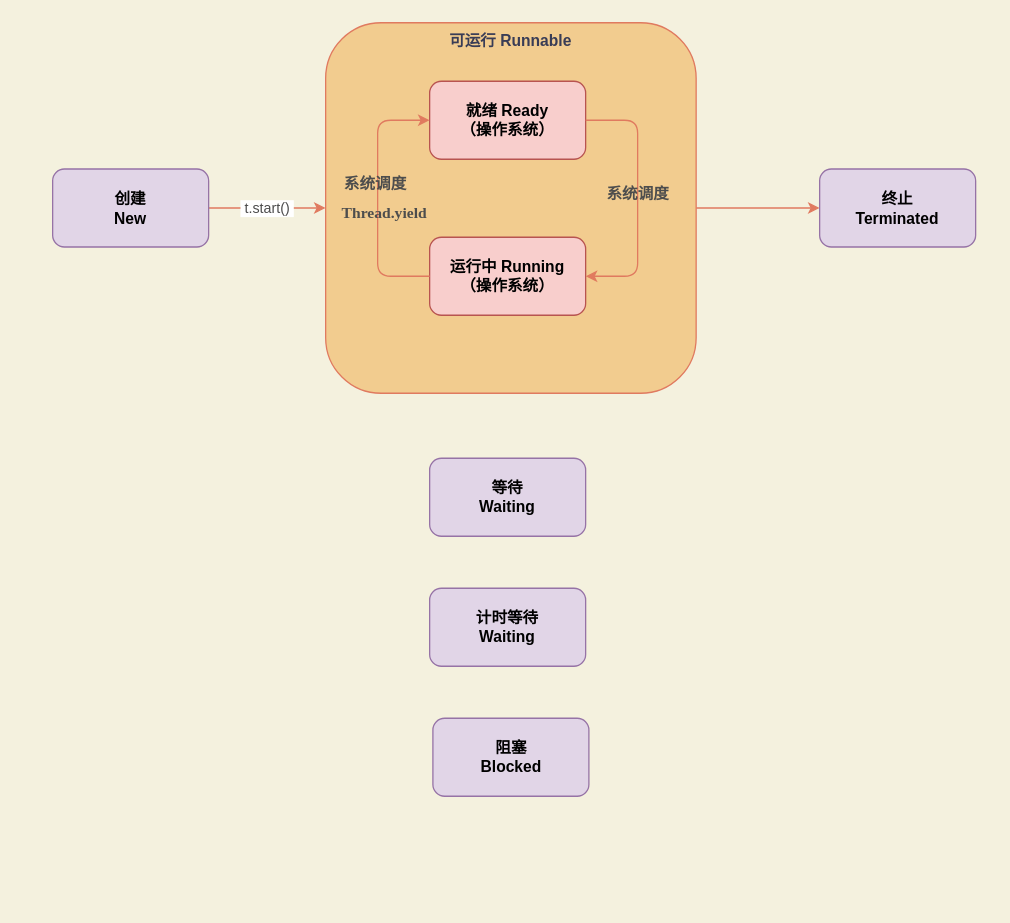
The draw.io diagram page "Java线程状态" (2 of 2) of Untitled Diagram.drawio in fxiaoyu97/Algorithm-Utils, before the edit. Source tidied: cells renumbered, new cells numbered last; positions are measured from the earlier drawing's top-left corner, leaving out a move shared by most shapes. Both pictures are drawn from the tidied source at 130%, with x=0, y=0 at pixel (52, 22).
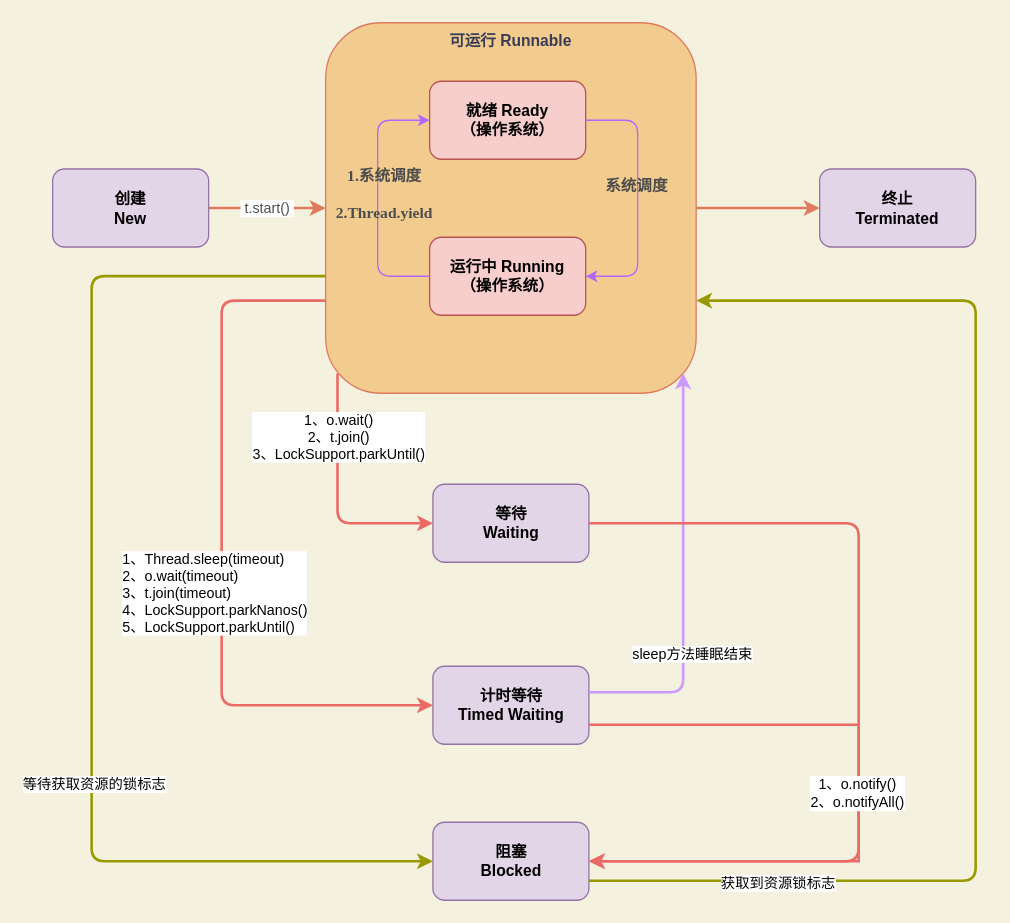
The same diagram, later.

Commit message:
更新 Java线程状态

Unchanged cells that the change refers to:
```xml
<mxCell id="3" value="&lt;b&gt;创建&lt;br&gt;New&lt;br&gt;&lt;/b&gt;" style="rounded=1;whiteSpace=wrap;html=1;strokeColor=#9673a6;fillColor=#e1d5e7;" parent="1" vertex="1">
  <mxGeometry y="112.5" width="120" height="60" as="geometry" />
</mxCell>
<mxCell id="5" value="&lt;b&gt;可运行 Runnable&lt;/b&gt;" style="whiteSpace=wrap;html=1;rounded=1;fontColor=#393C56;strokeColor=#E07A5F;fillColor=#F2CC8F;verticalAlign=top;" parent="1" vertex="1">
  <mxGeometry x="210" width="285" height="285" as="geometry" />
</mxCell>
<mxCell id="6" value="&lt;b&gt;&lt;font&gt;就绪 Ready&lt;br&gt;（操作系统）&lt;/font&gt;&lt;br&gt;&lt;/b&gt;" style="rounded=1;whiteSpace=wrap;html=1;strokeColor=#b85450;fillColor=#f8cecc;" parent="1" vertex="1">
  <mxGeometry x="290" y="45" width="120" height="60" as="geometry" />
</mxCell>
<mxCell id="7" value="&lt;b&gt;运行中 Running&lt;br&gt;（操作系统）&lt;br&gt;&lt;/b&gt;" style="rounded=1;whiteSpace=wrap;html=1;strokeColor=#b85450;fillColor=#f8cecc;" parent="1" vertex="1">
  <mxGeometry x="290" y="165" width="120" height="60" as="geometry" />
</mxCell>
<mxCell id="10" value="&lt;b&gt;终止&lt;br&gt;Terminated&lt;br&gt;&lt;/b&gt;" style="rounded=1;whiteSpace=wrap;html=1;strokeColor=#9673a6;fillColor=#e1d5e7;" parent="1" vertex="1">
  <mxGeometry x="590" y="112.5" width="120" height="60" as="geometry" />
</mxCell>
```

Diff of the diagram source:
```diff
@@
-    <mxCell id="2" value="&amp;nbsp;t.start()&amp;nbsp;" style="edgeStyle=orthogonalEdgeStyle;curved=0;rounded=1;jettySize=auto;html=1;fontColor=#4D4D4D;strokeColor=#E07A5F;fillColor=#F2CC8F;" parent="1" edge="1" source="3" target="5">
+    <mxCell id="2" value="&amp;nbsp;t.start()&amp;nbsp;" style="edgeStyle=orthogonalEdgeStyle;curved=0;rounded=1;jettySize=auto;html=1;fontColor=#4D4D4D;strokeColor=#E07A5F;fillColor=#F2CC8F;strokeWidth=2;" parent="1" edge="1" source="3" target="5">
       <mxGeometry relative="1" as="geometry" />
     </mxCell>
@@
-    <mxCell id="4" style="edgeStyle=orthogonalEdgeStyle;curved=0;rounded=1;jettySize=auto;html=1;fontColor=#4D4D4D;strokeColor=#E07A5F;fillColor=#F2CC8F;" parent="1" edge="1" source="5" target="10">
+    <mxCell id="4" style="edgeStyle=orthogonalEdgeStyle;curved=0;rounded=1;jettySize=auto;html=1;fontColor=#4D4D4D;strokeColor=#E07A5F;fillColor=#F2CC8F;strokeWidth=2;" parent="1" edge="1" source="5" target="10">
       <mxGeometry relative="1" as="geometry" />
     </mxCell>
@@
     <mxCell id="8" value="&lt;b&gt;等待&lt;br&gt;Waiting&lt;br&gt;&lt;/b&gt;" style="rounded=1;whiteSpace=wrap;html=1;strokeColor=#9673a6;fillColor=#e1d5e7;" parent="1" vertex="1">
-      <mxGeometry x="290" y="335" width="120" height="60" as="geometry" />
+      <mxGeometry x="292.5" y="355" width="120" height="60" as="geometry" />
     </mxCell>
-    <mxCell id="9" value="&lt;b&gt;计时等待&lt;br&gt;Waiting&lt;br&gt;&lt;/b&gt;" style="rounded=1;whiteSpace=wrap;html=1;strokeColor=#9673a6;fillColor=#e1d5e7;" parent="1" vertex="1">
-      <mxGeometry x="290" y="435" width="120" height="60" as="geometry" />
+    <mxCell id="9" value="&lt;b&gt;计时等待&lt;br&gt;Timed Waiting&lt;br&gt;&lt;/b&gt;" style="rounded=1;whiteSpace=wrap;html=1;strokeColor=#9673a6;fillColor=#e1d5e7;" parent="1" vertex="1">
+      <mxGeometry x="292.5" y="495" width="120" height="60" as="geometry" />
     </mxCell>
@@
     <mxCell id="11" value="&lt;b&gt;阻塞&lt;br&gt;Blocked&lt;br&gt;&lt;/b&gt;" style="rounded=1;whiteSpace=wrap;html=1;strokeColor=#9673a6;fillColor=#e1d5e7;" parent="1" vertex="1">
-      <mxGeometry x="292.5" y="535" width="120" height="60" as="geometry" />
+      <mxGeometry x="292.5" y="615" width="120" height="60" as="geometry" />
     </mxCell>
-    <mxCell id="12" style="edgeStyle=elbowEdgeStyle;elbow=vertical;endArrow=classic;html=1;rounded=1;fontColor=#4D4D4D;strokeColor=#E07A5F;fillColor=#F2CC8F;curved=0;exitX=0;exitY=0.5;exitDx=0;exitDy=0;" parent="1" edge="1" source="7" target="6">
+    <mxCell id="12" style="edgeStyle=elbowEdgeStyle;elbow=vertical;endArrow=classic;html=1;rounded=1;fontColor=#4D4D4D;strokeColor=#B266FF;fillColor=#F2CC8F;curved=0;exitX=0;exitY=0.5;exitDx=0;exitDy=0;" parent="1" edge="1" source="7" target="6">
       <mxGeometry relative="1" as="geometry">
         <Array as="points">
           <mxPoint x="250" y="215" />
         </Array>
       </mxGeometry>
     </mxCell>
-    <mxCell id="13" style="edgeStyle=elbowEdgeStyle;elbow=horizontal;endArrow=classic;html=1;rounded=1;fontColor=#4D4D4D;strokeColor=#E07A5F;fillColor=#F2CC8F;curved=0;exitX=1;exitY=0.5;exitDx=0;exitDy=0;entryX=1;entryY=0.5;entryDx=0;entryDy=0;" parent="1" edge="1" source="6" target="7">
+    <mxCell id="13" style="edgeStyle=elbowEdgeStyle;elbow=horizontal;endArrow=classic;html=1;rounded=1;fontColor=#4D4D4D;strokeColor=#B266FF;fillColor=#F2CC8F;curved=0;exitX=1;exitY=0.5;exitDx=0;exitDy=0;entryX=1;entryY=0.5;entryDx=0;entryDy=0;strokeWidth=1;" parent="1" edge="1" source="6" target="7">
       <mxGeometry relative="1" as="geometry">
         <Array as="points">
           <mxPoint x="450" y="135" />
         </Array>
       </mxGeometry>
     </mxCell>
-    <mxCell id="14" value="&lt;font face=&quot;Garamond&quot; style=&quot;font-size: 12px;&quot;&gt;系统调度&lt;/font&gt;" style="text;strokeColor=none;fillColor=none;html=1;fontSize=24;fontStyle=1;verticalAlign=middle;align=center;rounded=1;fontColor=#4D4D4D;" parent="1" vertex="1">
-      <mxGeometry x="405" y="112.5" width="90" height="30" as="geometry" />
+    <mxCell id="14" value="&lt;span style=&quot;color: rgb(77, 77, 77); font-family: Garamond; font-size: 12px; font-weight: 700;&quot;&gt;系统调度&lt;/span&gt;" style="edgeLabel;html=1;align=center;verticalAlign=middle;labelBackgroundColor=none;" parent="13" vertex="1">
+      <mxGeometry x="-0.1" y="-2" relative="1" as="geometry" />
     </mxCell>
-    <mxCell id="15" value="&lt;font face=&quot;Garamond&quot; style=&quot;font-size: 12px;&quot;&gt;系统调度&lt;/font&gt;" style="text;strokeColor=none;fillColor=none;html=1;fontSize=24;fontStyle=1;verticalAlign=middle;align=center;rounded=1;fontColor=#4D4D4D;" parent="1" vertex="1">
-      <mxGeometry x="202.5" y="105" width="90" height="30" as="geometry" />
+    <mxCell id="15" value="&lt;font face=&quot;Garamond&quot; style=&quot;font-size: 12px;&quot;&gt;1.系统调度&lt;br&gt;2.&lt;/font&gt;&lt;span style=&quot;font-family: Garamond; font-size: 12px;&quot;&gt;Thread.yield&lt;/span&gt;&lt;font face=&quot;Garamond&quot; style=&quot;font-size: 12px;&quot;&gt;&lt;br&gt;&lt;/font&gt;" style="text;strokeColor=none;fillColor=none;html=1;fontSize=24;fontStyle=1;verticalAlign=middle;align=center;rounded=1;fontColor=#4D4D4D;" parent="1" vertex="1">
+      <mxGeometry x="210" y="112.5" width="90" height="30" as="geometry" />
     </mxCell>
-    <mxCell id="16" value="&lt;font face=&quot;Garamond&quot;&gt;&lt;span style=&quot;font-size: 12px;&quot;&gt;Thread.yield&lt;/span&gt;&lt;/font&gt;" style="text;strokeColor=none;fillColor=none;html=1;fontSize=24;fontStyle=1;verticalAlign=middle;align=center;rounded=1;fontColor=#4D4D4D;" parent="1" vertex="1">
-      <mxGeometry x="210" y="127.5" width="90" height="30" as="geometry" />
-    </mxCell>
+    <mxCell id="17" style="edgeStyle=elbowEdgeStyle;elbow=vertical;endArrow=classic;html=1;rounded=1;exitX=0.032;exitY=0.947;exitDx=0;exitDy=0;exitPerimeter=0;entryX=0;entryY=0.5;entryDx=0;entryDy=0;strokeColor=#EA6B66;strokeWidth=2;" parent="1" edge="1" source="5" target="8">
+      <mxGeometry relative="1" as="geometry">
+        <Array as="points">
+          <mxPoint x="250" y="385" />
+          <mxPoint x="370" y="375" />
+        </Array>
+      </mxGeometry>
+    </mxCell>
+    <mxCell id="18" value="1、o.wait()&lt;br&gt;2、t.join()&lt;br&gt;3、LockSupport.parkUntil()" style="edgeLabel;html=1;align=center;verticalAlign=middle;" parent="17" vertex="1">
+      <mxGeometry x="-0.48" relative="1" as="geometry" />
+    </mxCell>
+    <mxCell id="19" style="edgeStyle=elbowEdgeStyle;elbow=horizontal;endArrow=classic;html=1;rounded=1;exitX=0;exitY=0.75;exitDx=0;exitDy=0;entryX=0;entryY=0.5;entryDx=0;entryDy=0;strokeWidth=2;strokeColor=#EA6B66;" parent="1" edge="1" source="5" target="9">
+      <mxGeometry relative="1" as="geometry">
+        <Array as="points">
+          <mxPoint x="130" y="375" />
+        </Array>
+      </mxGeometry>
+    </mxCell>
+    <mxCell id="20" value="1、Thread.sleep(timeout)&lt;div style=&quot;&quot;&gt;2、o.wait(timeout)&lt;/div&gt;&lt;div style=&quot;&quot;&gt;3、t.join(timeout)&lt;/div&gt;&lt;div style=&quot;&quot;&gt;4、LockSupport.parkNanos()&lt;/div&gt;&lt;div style=&quot;&quot;&gt;5、LockSupport.parkUntil()&lt;/div&gt;" style="edgeLabel;html=1;align=left;verticalAlign=middle;labelBackgroundColor=#FFFFFF;spacingTop=2;spacingBottom=2;spacing=4;" parent="19" vertex="1">
+      <mxGeometry x="-0.06" y="-1" relative="1" as="geometry">
+        <mxPoint x="-79" y="45" as="offset" />
+      </mxGeometry>
+    </mxCell>
+    <mxCell id="21" style="edgeStyle=segmentEdgeStyle;endArrow=classic;html=1;rounded=1;exitX=0;exitY=0.684;exitDx=0;exitDy=0;exitPerimeter=0;entryX=0;entryY=0.5;entryDx=0;entryDy=0;strokeWidth=2;strokeColor=#999900;" parent="1" edge="1" source="5" target="11">
+      <mxGeometry relative="1" as="geometry">
+        <Array as="points">
+          <mxPoint x="30" y="195" />
+          <mxPoint x="30" y="645" />
+        </Array>
+      </mxGeometry>
+    </mxCell>
+    <mxCell id="22" value="等待获取资源的锁标志" style="edgeLabel;html=1;align=center;verticalAlign=middle;" parent="21" vertex="1">
+      <mxGeometry x="0.28" y="1" relative="1" as="geometry" />
+    </mxCell>
+    <mxCell id="23" style="edgeStyle=elbowEdgeStyle;elbow=vertical;endArrow=classic;html=1;entryX=0.965;entryY=0.946;entryDx=0;entryDy=0;entryPerimeter=0;strokeColor=#CC99FF;strokeWidth=2;rounded=1;" parent="1" edge="1" target="5">
+      <mxGeometry relative="1" as="geometry">
+        <mxPoint x="413" y="515" as="sourcePoint" />
+        <Array as="points">
+          <mxPoint x="450" y="515" />
+          <mxPoint x="450" y="525" />
+        </Array>
+      </mxGeometry>
+    </mxCell>
+    <mxCell id="24" value="sleep方法睡眠结束" style="edgeLabel;html=1;align=center;verticalAlign=middle;" parent="23" vertex="1">
+      <mxGeometry x="-0.77" y="-2" relative="1" as="geometry">
+        <mxPoint x="41" y="-32" as="offset" />
+      </mxGeometry>
+    </mxCell>
+    <mxCell id="25" style="edgeStyle=elbowEdgeStyle;elbow=vertical;endArrow=classic;html=1;rounded=1;exitX=1;exitY=0.75;exitDx=0;exitDy=0;entryX=1;entryY=0.75;entryDx=0;entryDy=0;strokeColor=#999900;strokeWidth=2;" parent="1" edge="1" source="11" target="5">
+      <mxGeometry relative="1" as="geometry">
+        <Array as="points">
+          <mxPoint x="710" y="495" />
+        </Array>
+      </mxGeometry>
+    </mxCell>
+    <mxCell id="26" value="获取到资源锁标志" style="edgeLabel;html=1;align=center;verticalAlign=middle;" parent="25" vertex="1">
+      <mxGeometry x="-0.7" y="-1" relative="1" as="geometry">
+        <mxPoint x="1" as="offset" />
+      </mxGeometry>
+    </mxCell>
+    <mxCell id="27" style="group;" parent="1" vertex="1">
+      <mxGeometry x="620" y="455" height="80" as="geometry" />
+    </mxCell>
+    <mxCell id="28" style="edgeStyle=elbowEdgeStyle;elbow=horizontal;endArrow=classic;html=1;rounded=0;exitX=1;exitY=0.75;exitDx=0;exitDy=0;entryX=1;entryY=0.5;entryDx=0;entryDy=0;strokeColor=#EA6B66;strokeWidth=2;" parent="27" edge="1" source="9" target="11">
+      <mxGeometry relative="1" as="geometry">
+        <Array as="points">
+          <mxPoint />
+        </Array>
+      </mxGeometry>
+    </mxCell>
+    <mxCell id="29" style="edgeStyle=elbowEdgeStyle;elbow=vertical;endArrow=classic;html=1;rounded=1;exitX=1;exitY=0.5;exitDx=0;exitDy=0;entryX=1;entryY=0.5;entryDx=0;entryDy=0;strokeColor=#EA6B66;strokeWidth=2;" parent="27" edge="1" source="8" target="11">
+      <mxGeometry relative="1" as="geometry">
+        <Array as="points">
+          <mxPoint y="80" />
+        </Array>
+      </mxGeometry>
+    </mxCell>
+    <mxCell id="30" value="1、o.notify()&lt;br&gt;2、o.notifyAll()" style="edgeLabel;html=1;align=center;verticalAlign=middle;" parent="29" vertex="1">
+      <mxGeometry x="0.23" y="-2" relative="1" as="geometry" />
+    </mxCell>
```
